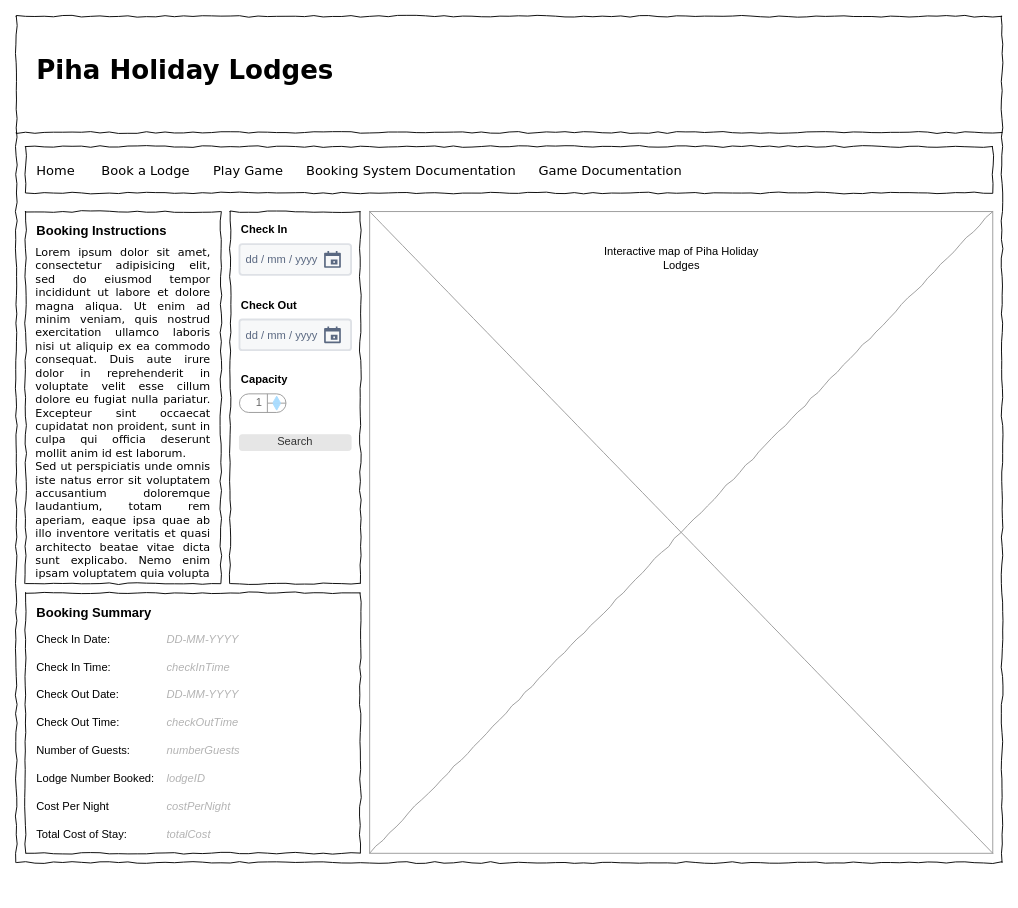
karanina/karanina.github.io keeps this draw.io diagram as page "Book a Lodge - Summary" (2 of 4) of Project2/Wireframes/wireframes.drawio. Above is the earlier version. Source tidied: cells renumbered, new cells numbered last; positions are measured from the earlier drawing's top-left corner, leaving out a move shared by most shapes. Both pictures are drawn from the tidied source at 93%, with x=0, y=0 at pixel (16, 16).
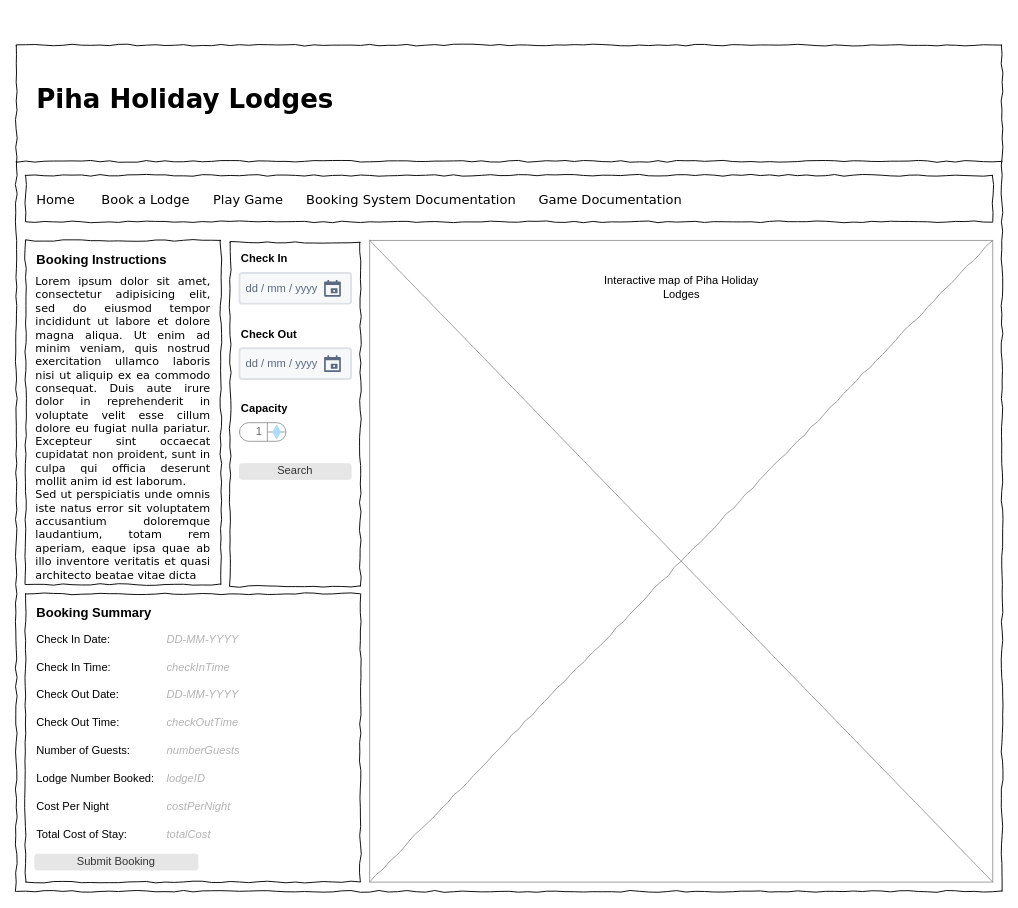
After the change.

Change to the diagram source:
```diff
@@
     <mxCell id="2" style="whiteSpace=wrap;html=1;rounded=0;shadow=0;labelBackgroundColor=none;strokeColor=#000000;strokeWidth=1;fillColor=none;fontFamily=Verdana;fontSize=12;fontColor=#000000;align=center;comic=1;" parent="1" vertex="1">
-      <mxGeometry width="1060" height="910" as="geometry" />
+      <mxGeometry y="31" width="1060" height="910" as="geometry" />
     </mxCell>
     <mxCell id="3" value="&lt;div style=&quot;text-align: justify&quot;&gt;&lt;br&gt;&lt;/div&gt;" style="whiteSpace=wrap;html=1;rounded=0;shadow=0;labelBackgroundColor=none;strokeWidth=1;fillColor=none;fontFamily=Verdana;fontSize=12;align=center;verticalAlign=top;spacing=10;comic=1;" parent="1" vertex="1">
-      <mxGeometry x="10" y="620" width="360" height="280" as="geometry" />
+      <mxGeometry x="10" y="621" width="360" height="310" as="geometry" />
     </mxCell>
     <mxCell id="4" value="&lt;h1&gt;Piha Holiday Lodges&lt;/h1&gt;" style="text;html=1;align=left;verticalAlign=top;spacingTop=-4;fontSize=14;fontFamily=Verdana;" parent="1" vertex="1">
-      <mxGeometry x="20" y="20" width="330" height="70" as="geometry" />
+      <mxGeometry x="20" y="51" width="330" height="70" as="geometry" />
     </mxCell>
     <mxCell id="5" style="line;strokeWidth=1;html=1;rounded=0;shadow=0;labelBackgroundColor=none;fillColor=none;fontFamily=Verdana;fontSize=14;fontColor=#000000;align=center;comic=1;" parent="1" vertex="1">
-      <mxGeometry y="120" width="1060" height="10" as="geometry" />
+      <mxGeometry y="151" width="1060" height="10" as="geometry" />
     </mxCell>
     <mxCell id="6" style="whiteSpace=wrap;html=1;rounded=0;shadow=0;labelBackgroundColor=none;strokeWidth=1;fillColor=none;fontFamily=Verdana;fontSize=12;align=center;comic=1;" parent="1" vertex="1">
-      <mxGeometry x="10" y="140" width="1040" height="50" as="geometry" />
+      <mxGeometry x="10" y="171" width="1040" height="50" as="geometry" />
     </mxCell>
     <mxCell id="7" value="Book a Lodge" style="text;html=1;align=left;verticalAlign=top;spacingTop=-4;fontSize=14;fontFamily=Verdana;" parent="1" vertex="1">
-      <mxGeometry x="90" y="155" width="100" height="20" as="geometry" />
+      <mxGeometry x="90" y="186" width="100" height="20" as="geometry" />
     </mxCell>
     <mxCell id="8" value="Play Game" style="text;html=1;align=left;verticalAlign=top;spacingTop=-4;fontSize=14;fontFamily=Verdana;" parent="1" vertex="1">
-      <mxGeometry x="210" y="155" width="80" height="20" as="geometry" />
+      <mxGeometry x="210" y="186" width="80" height="20" as="geometry" />
     </mxCell>
     <mxCell id="9" value="Booking System Documentation" style="text;html=1;align=left;verticalAlign=top;spacingTop=-4;fontSize=14;fontFamily=Verdana;" parent="1" vertex="1">
-      <mxGeometry x="310" y="155" width="230" height="20" as="geometry" />
+      <mxGeometry x="310" y="186" width="230" height="20" as="geometry" />
     </mxCell>
     <mxCell id="10" value="Game Documentation" style="text;html=1;align=left;verticalAlign=top;spacingTop=-4;fontSize=14;fontFamily=Verdana;" parent="1" vertex="1">
-      <mxGeometry x="560" y="155" width="160" height="20" as="geometry" />
+      <mxGeometry x="560" y="186" width="160" height="20" as="geometry" />
     </mxCell>
     <mxCell id="11" style="verticalLabelPosition=bottom;shadow=0;dashed=0;align=center;html=1;verticalAlign=top;strokeWidth=1;shape=mxgraph.mockup.graphics.simpleIcon;strokeColor=#999999;rounded=0;labelBackgroundColor=none;fontFamily=Verdana;fontSize=14;fontColor=#000000;comic=1;" parent="1" vertex="1">
-      <mxGeometry x="380" y="210" width="670" height="690" as="geometry" />
+      <mxGeometry x="380" y="241" width="670" height="690" as="geometry" />
     </mxCell>
     <mxCell id="12" value="Home" style="text;html=1;align=left;verticalAlign=top;spacingTop=-4;fontSize=14;fontFamily=Verdana;" parent="1" vertex="1">
-      <mxGeometry x="20" y="155" width="50" height="20" as="geometry" />
+      <mxGeometry x="20" y="186" width="50" height="20" as="geometry" />
     </mxCell>
-    <mxCell id="13" style="group;" parent="1" vertex="1">
-      <mxGeometry x="230" y="210" width="140" height="400" as="geometry" />
-    </mxCell>
-    <mxCell id="14" value="&lt;div style=&quot;text-align: justify&quot;&gt;&lt;br&gt;&lt;/div&gt;" style="whiteSpace=wrap;html=1;rounded=0;shadow=0;labelBackgroundColor=none;strokeWidth=1;fillColor=none;fontFamily=Verdana;fontSize=12;align=center;verticalAlign=top;spacing=10;comic=1;" parent="13" vertex="1">
-      <mxGeometry width="140" height="400" as="geometry" />
-    </mxCell>
-    <mxCell id="15" value="&lt;font style=&quot;font-size: 12px&quot; color=&quot;#000000&quot;&gt;Check In&lt;/font&gt;" style="fillColor=none;strokeColor=none;html=1;fontSize=11;fontStyle=0;align=left;fontColor=#596780;fontStyle=1;fontSize=11;" parent="13" vertex="1">
-      <mxGeometry x="10" y="10" width="113.3" height="20" as="geometry" />
-    </mxCell>
-    <mxCell id="16" value="dd / mm / yyyy" style="rounded=1;arcSize=9;fillColor=#F7F8F9;align=left;spacingLeft=5;strokeColor=#DEE1E6;html=1;strokeWidth=2;fontColor=#596780;fontSize=12;" parent="13" vertex="1">
-      <mxGeometry x="10" y="35" width="120" height="33" as="geometry" />
-    </mxCell>
-    <mxCell id="17" style="shape=mxgraph.gmdl.calendar;fillColor=#5A6881;strokeColor=none;" parent="16" vertex="1">
-      <mxGeometry x="1" y="0.5" width="18" height="18" relative="1" as="geometry">
-        <mxPoint x="-29" y="-9" as="offset" />
-      </mxGeometry>
-    </mxCell>
-    <mxCell id="18" value="&lt;font style=&quot;font-size: 12px&quot; color=&quot;#000000&quot;&gt;Check Out&lt;/font&gt;" style="fillColor=none;strokeColor=none;html=1;fontSize=11;fontStyle=0;align=left;fontColor=#596780;fontStyle=1;fontSize=11;" parent="13" vertex="1">
-      <mxGeometry x="10" y="91" width="113.3" height="20" as="geometry" />
-    </mxCell>
-    <mxCell id="19" value="dd / mm / yyyy" style="rounded=1;arcSize=9;fillColor=#F7F8F9;align=left;spacingLeft=5;strokeColor=#DEE1E6;html=1;strokeWidth=2;fontColor=#596780;fontSize=12;" parent="13" vertex="1">
-      <mxGeometry x="10" y="116" width="120" height="33" as="geometry" />
-    </mxCell>
-    <mxCell id="20" style="shape=mxgraph.gmdl.calendar;fillColor=#5A6881;strokeColor=none;" parent="19" vertex="1">
-      <mxGeometry x="1" y="0.5" width="18" height="18" relative="1" as="geometry">
-        <mxPoint x="-29" y="-9" as="offset" />
-      </mxGeometry>
-    </mxCell>
-    <mxCell id="21" value="&lt;table cellpadding=&quot;0&quot; cellspacing=&quot;0&quot; style=&quot;width: 100% ; height: 100% ; font-size: 12px&quot;&gt;&lt;tbody&gt;&lt;tr&gt;&lt;td style=&quot;width: 85%&quot;&gt;&lt;font style=&quot;font-size: 12px&quot;&gt;1&lt;/font&gt;&lt;/td&gt;&lt;td style=&quot;width: 15%&quot;&gt;&lt;/td&gt;&lt;/tr&gt;&lt;/tbody&gt;&lt;/table&gt;" style="strokeWidth=1;shadow=0;dashed=0;align=center;html=1;shape=mxgraph.mockup.forms.spinner;strokeColor=#999999;spinLayout=right;spinStyle=normal;adjStyle=triangle;fillColor=#aaddff;fontSize=17;fontColor=#666666;mainText=;html=1;overflow=fill;" parent="13" vertex="1">
-      <mxGeometry x="10" y="196" width="50" height="20" as="geometry" />
-    </mxCell>
-    <mxCell id="22" value="&lt;font style=&quot;font-size: 12px&quot; color=&quot;#000000&quot;&gt;Capacity&lt;/font&gt;" style="fillColor=none;strokeColor=none;html=1;fontSize=11;fontStyle=0;align=left;fontColor=#596780;fontStyle=1;fontSize=11;" parent="13" vertex="1">
-      <mxGeometry x="10" y="171" width="113.3" height="20" as="geometry" />
-    </mxCell>
-    <mxCell id="23" value="&lt;font style=&quot;font-size: 12px&quot;&gt;Search&lt;/font&gt;" style="rounded=1;html=1;shadow=0;dashed=0;whiteSpace=wrap;fontSize=10;fillColor=#E6E6E6;align=center;strokeColor=#E6E6E6;fontColor=#333333;" parent="13" vertex="1">
-      <mxGeometry x="10" y="240" width="120" height="16.9" as="geometry" />
-    </mxCell>
     <mxCell id="24" value="Interactive map of Piha Holiday Lodges" style="text;html=1;strokeColor=none;fillColor=none;align=center;verticalAlign=middle;whiteSpace=wrap;rounded=0;" parent="1" vertex="1">
-      <mxGeometry x="627.5" y="240" width="175" height="40" as="geometry" />
+      <mxGeometry x="627.5" y="271" width="175" height="40" as="geometry" />
     </mxCell>
     <mxCell id="25" value="&lt;div style=&quot;text-align: justify&quot;&gt;&lt;br&gt;&lt;/div&gt;" style="whiteSpace=wrap;html=1;rounded=0;shadow=0;labelBackgroundColor=none;strokeWidth=1;fillColor=none;fontFamily=Verdana;fontSize=12;align=center;verticalAlign=top;spacing=10;comic=1;" parent="1" vertex="1">
-      <mxGeometry x="10" y="210" width="210" height="400" as="geometry" />
+      <mxGeometry x="10" y="241" width="210" height="370" as="geometry" />
     </mxCell>
     <mxCell id="26" value="&lt;h2&gt;&lt;font style=&quot;font-size: 14px&quot; color=&quot;#000000&quot;&gt;Booking Instructions&lt;/font&gt;&lt;/h2&gt;" style="fillColor=none;strokeColor=none;html=1;fontSize=11;fontStyle=0;align=left;fontColor=#596780;fontStyle=1;fontSize=11;" parent="1" vertex="1">
-      <mxGeometry x="20" y="220" width="150" height="20" as="geometry" />
+      <mxGeometry x="20" y="251" width="150" height="20" as="geometry" />
     </mxCell>
-    <mxCell id="27" value="&lt;div style=&quot;font-family: &amp;#34;verdana&amp;#34; ; text-align: justify&quot;&gt;Lorem ipsum dolor sit amet, consectetur adipisicing elit, sed do eiusmod tempor incididunt ut labore et dolore magna aliqua. Ut enim ad minim veniam, quis nostrud exercitation ullamco laboris nisi ut aliquip ex ea commodo consequat. Duis aute irure dolor in reprehenderit in voluptate velit esse cillum dolore eu fugiat nulla pariatur. Excepteur sint occaecat cupidatat non proident, sunt in culpa qui officia deserunt mollit anim id est laborum.&lt;/div&gt;&lt;div style=&quot;font-family: &amp;#34;verdana&amp;#34; ; text-align: justify&quot;&gt;Sed ut perspiciatis unde omnis iste natus error sit voluptatem accusantium doloremque laudantium, totam rem aperiam, eaque ipsa quae ab illo inventore veritatis et quasi architecto beatae vitae dicta sunt explicabo. Nemo enim ipsam voluptatem quia volupta&lt;/div&gt;" style="text;html=1;strokeColor=none;fillColor=none;align=center;verticalAlign=top;whiteSpace=wrap;rounded=0;" parent="1" vertex="1">
-      <mxGeometry x="20" y="240" width="190" height="360" as="geometry" />
+    <mxCell id="27" value="&lt;div style=&quot;font-family: &amp;#34;verdana&amp;#34; ; text-align: justify&quot;&gt;Lorem ipsum dolor sit amet, consectetur adipisicing elit, sed do eiusmod tempor incididunt ut labore et dolore magna aliqua. Ut enim ad minim veniam, quis nostrud exercitation ullamco laboris nisi ut aliquip ex ea commodo consequat. Duis aute irure dolor in reprehenderit in voluptate velit esse cillum dolore eu fugiat nulla pariatur. Excepteur sint occaecat cupidatat non proident, sunt in culpa qui officia deserunt mollit anim id est laborum.&lt;/div&gt;&lt;div style=&quot;font-family: &amp;#34;verdana&amp;#34; ; text-align: justify&quot;&gt;Sed ut perspiciatis unde omnis iste natus error sit voluptatem accusantium doloremque laudantium, totam rem aperiam, eaque ipsa quae ab illo inventore veritatis et quasi architecto beatae vitae dicta&amp;nbsp;&lt;/div&gt;" style="text;html=1;strokeColor=none;fillColor=none;align=center;verticalAlign=top;whiteSpace=wrap;rounded=0;" parent="1" vertex="1">
+      <mxGeometry x="20" y="271" width="190" height="330" as="geometry" />
     </mxCell>
@@
+    <mxCell id="45" value="&lt;font style=&quot;font-size: 12px&quot;&gt;Submit Booking&lt;/font&gt;" style="rounded=1;html=1;shadow=0;dashed=0;whiteSpace=wrap;fontSize=10;fillColor=#E6E6E6;align=center;strokeColor=#E6E6E6;fontColor=#333333;" parent="1" vertex="1">
+      <mxGeometry x="20" y="901" width="175.3" height="16.9" as="geometry" />
+    </mxCell>
+    <mxCell id="14" value="&lt;div style=&quot;text-align: justify&quot;&gt;&lt;br&gt;&lt;/div&gt;" style="whiteSpace=wrap;html=1;rounded=0;shadow=0;labelBackgroundColor=none;strokeWidth=1;fillColor=none;fontFamily=Verdana;fontSize=12;align=center;verticalAlign=top;spacing=10;comic=1;" parent="1" vertex="1">
+      <mxGeometry x="230" y="243" width="140" height="370" as="geometry" />
+    </mxCell>
+    <mxCell id="15" value="&lt;font style=&quot;font-size: 12px&quot; color=&quot;#000000&quot;&gt;Check In&lt;/font&gt;" style="fillColor=none;strokeColor=none;html=1;fontSize=11;fontStyle=0;align=left;fontColor=#596780;fontStyle=1;fontSize=11;" parent="1" vertex="1">
+      <mxGeometry x="240" y="251" width="113.3" height="20" as="geometry" />
+    </mxCell>
+    <mxCell id="16" value="dd / mm / yyyy" style="rounded=1;arcSize=9;fillColor=#F7F8F9;align=left;spacingLeft=5;strokeColor=#DEE1E6;html=1;strokeWidth=2;fontColor=#596780;fontSize=12;" parent="1" vertex="1">
+      <mxGeometry x="240" y="276" width="120" height="33" as="geometry" />
+    </mxCell>
+    <mxCell id="17" style="shape=mxgraph.gmdl.calendar;fillColor=#5A6881;strokeColor=none;" parent="16" vertex="1">
+      <mxGeometry x="1" y="0.5" width="18" height="18" relative="1" as="geometry">
+        <mxPoint x="-29" y="-9" as="offset" />
+      </mxGeometry>
+    </mxCell>
+    <mxCell id="18" value="&lt;font style=&quot;font-size: 12px&quot; color=&quot;#000000&quot;&gt;Check Out&lt;/font&gt;" style="fillColor=none;strokeColor=none;html=1;fontSize=11;fontStyle=0;align=left;fontColor=#596780;fontStyle=1;fontSize=11;" parent="1" vertex="1">
+      <mxGeometry x="240" y="332" width="113.3" height="20" as="geometry" />
+    </mxCell>
+    <mxCell id="19" value="dd / mm / yyyy" style="rounded=1;arcSize=9;fillColor=#F7F8F9;align=left;spacingLeft=5;strokeColor=#DEE1E6;html=1;strokeWidth=2;fontColor=#596780;fontSize=12;" parent="1" vertex="1">
+      <mxGeometry x="240" y="357" width="120" height="33" as="geometry" />
+    </mxCell>
+    <mxCell id="20" style="shape=mxgraph.gmdl.calendar;fillColor=#5A6881;strokeColor=none;" parent="19" vertex="1">
+      <mxGeometry x="1" y="0.5" width="18" height="18" relative="1" as="geometry">
+        <mxPoint x="-29" y="-9" as="offset" />
+      </mxGeometry>
+    </mxCell>
+    <mxCell id="21" value="&lt;table cellpadding=&quot;0&quot; cellspacing=&quot;0&quot; style=&quot;width: 100% ; height: 100% ; font-size: 12px&quot;&gt;&lt;tbody&gt;&lt;tr&gt;&lt;td style=&quot;width: 85%&quot;&gt;&lt;font style=&quot;font-size: 12px&quot;&gt;1&lt;/font&gt;&lt;/td&gt;&lt;td style=&quot;width: 15%&quot;&gt;&lt;/td&gt;&lt;/tr&gt;&lt;/tbody&gt;&lt;/table&gt;" style="strokeWidth=1;shadow=0;dashed=0;align=center;html=1;shape=mxgraph.mockup.forms.spinner;strokeColor=#999999;spinLayout=right;spinStyle=normal;adjStyle=triangle;fillColor=#aaddff;fontSize=17;fontColor=#666666;mainText=;html=1;overflow=fill;" parent="1" vertex="1">
+      <mxGeometry x="240" y="437" width="50" height="20" as="geometry" />
+    </mxCell>
+    <mxCell id="22" value="&lt;font style=&quot;font-size: 12px&quot; color=&quot;#000000&quot;&gt;Capacity&lt;/font&gt;" style="fillColor=none;strokeColor=none;html=1;fontSize=11;fontStyle=0;align=left;fontColor=#596780;fontStyle=1;fontSize=11;" parent="1" vertex="1">
+      <mxGeometry x="240" y="412" width="113.3" height="20" as="geometry" />
+    </mxCell>
+    <mxCell id="23" value="&lt;font style=&quot;font-size: 12px&quot;&gt;Search&lt;/font&gt;" style="rounded=1;html=1;shadow=0;dashed=0;whiteSpace=wrap;fontSize=10;fillColor=#E6E6E6;align=center;strokeColor=#E6E6E6;fontColor=#333333;" parent="1" vertex="1">
+      <mxGeometry x="240" y="481" width="120" height="16.9" as="geometry" />
+    </mxCell>
```
